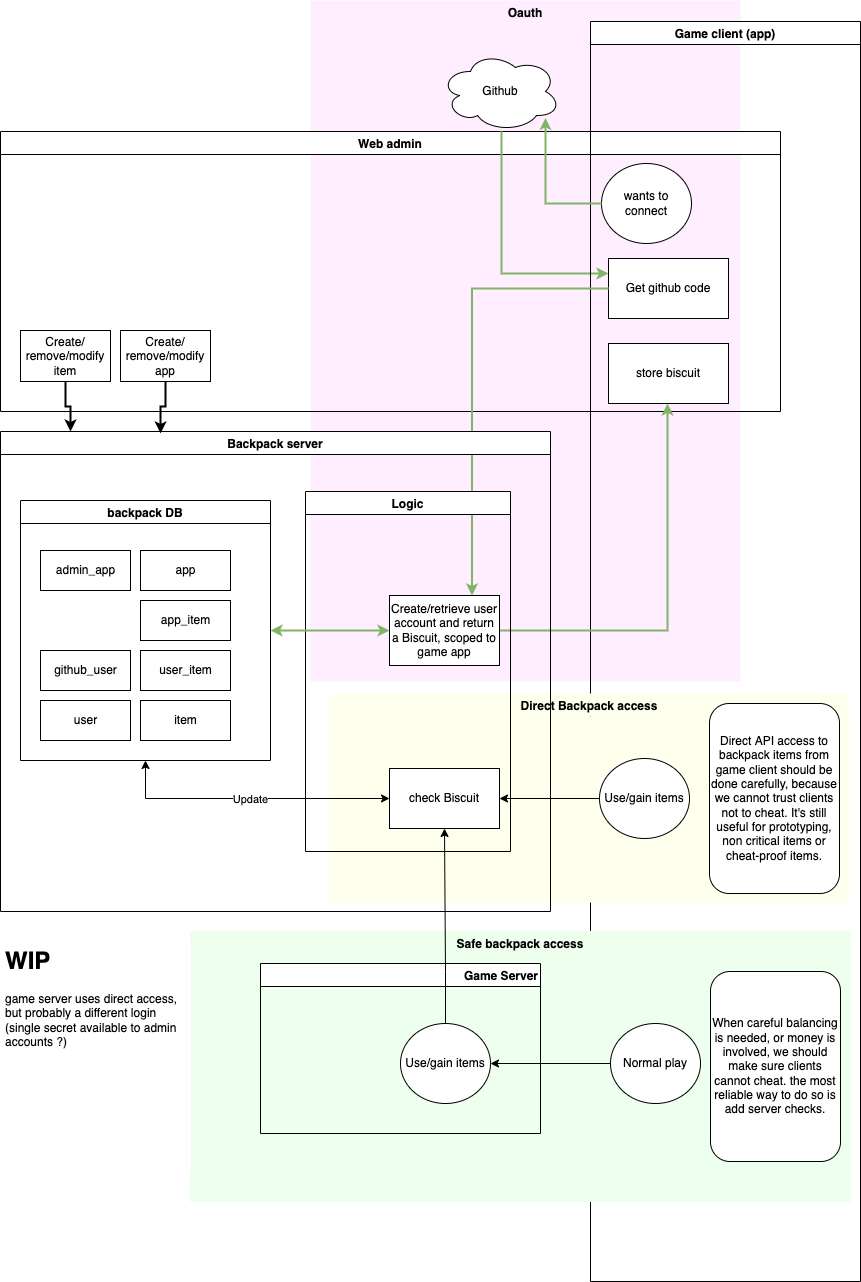
Before: Docs/Backpack.drawio.png, a diagram exported from draw.io (Vrixyz/backpack). Source tidied: cells renumbered, new cells last; positions are measured from the earlier drawing's top-left corner, leaving out a move shared by most shapes.
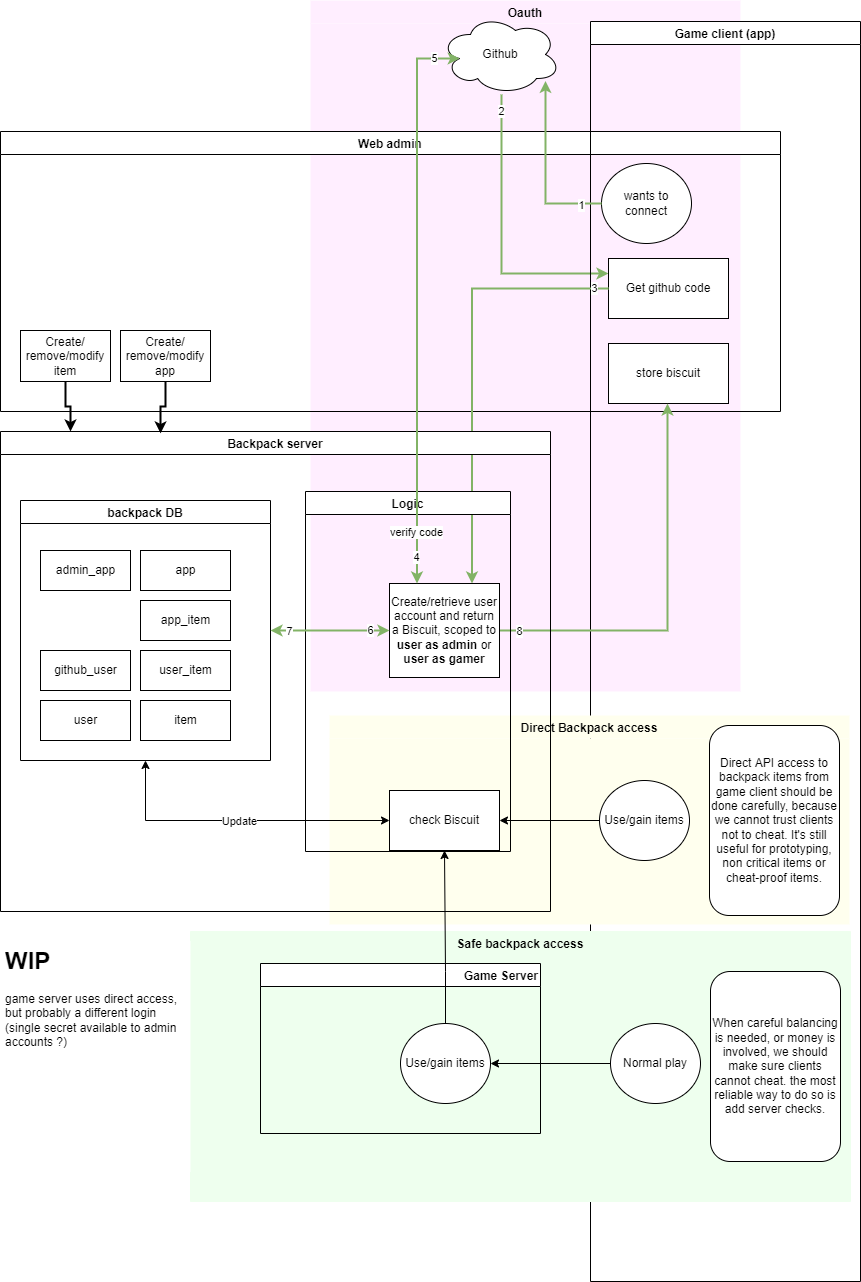
The same diagram one commit later.

Commit message:
pitch and order for diagram

Change to the diagram source:
```diff
@@ -3,10 +3,10 @@
     <mxCell id="0" />
     <mxCell id="1" parent="0" />
     <mxCell id="2" value="Oauth" style="swimlane;labelBackgroundColor=none;fillColor=#FFEEFF;strokeColor=none;gradientColor=none;swimlaneFillColor=#FFEEFF;startSize=23;" parent="1" vertex="1">
-      <mxGeometry x="310" width="430" height="681" as="geometry" />
+      <mxGeometry x="310" width="430" height="691" as="geometry" />
     </mxCell>
     <mxCell id="3" value="&lt;div&gt;Github&lt;/div&gt;" style="ellipse;shape=cloud;whiteSpace=wrap;html=1;" parent="2" vertex="1">
-      <mxGeometry x="130" y="51" width="120" height="80" as="geometry" />
+      <mxGeometry x="130" y="14" width="120" height="80" as="geometry" />
     </mxCell>
     <mxCell id="4" value="Web admin" style="swimlane;" parent="1" vertex="1">
       <mxGeometry y="131" width="780" height="280" as="geometry" />
@@ -24,6 +24,11 @@
         </Array>
       </mxGeometry>
     </mxCell>
+    <mxCell id="44" value="2" style="edgeLabel;html=1;align=center;verticalAlign=middle;" parent="7" vertex="1">
+      <mxGeometry x="-0.86" y="1" relative="1" as="geometry">
+        <mxPoint x="-2" y="-4" as="offset" />
+      </mxGeometry>
+    </mxCell>
     <mxCell id="8" value="Game client (app)" style="swimlane;startSize=23;" parent="1" vertex="1">
       <mxGeometry x="590" y="21" width="270" height="1260" as="geometry" />
     </mxCell>
@@ -43,6 +48,9 @@
         </Array>
       </mxGeometry>
     </mxCell>
+    <mxCell id="45" value="1" style="edgeLabel;html=1;align=center;verticalAlign=middle;" parent="12" vertex="1">
+      <mxGeometry x="-0.76" y="1" relative="1" as="geometry" />
+    </mxCell>
     <mxCell id="13" style="edgeStyle=orthogonalEdgeStyle;rounded=0;jettySize=auto;html=1;startArrow=none;startFill=0;fillColor=#d5e8d4;strokeColor=#82b366;strokeWidth=2;" parent="1" edge="1" source="36" target="9">
       <mxGeometry relative="1" as="geometry">
         <Array as="points">
@@ -50,9 +58,15 @@
         </Array>
       </mxGeometry>
     </mxCell>
+    <mxCell id="46" value="8" style="edgeLabel;html=1;align=center;verticalAlign=middle;" parent="13" vertex="1">
+      <mxGeometry x="-0.9" relative="1" as="geometry" />
+    </mxCell>
-    <mxCell id="14" style="edgeStyle=orthogonalEdgeStyle;rounded=0;jettySize=auto;html=1;entryX=0.75;entryY=0;entryDx=0;entryDy=0;fillColor=#d5e8d4;strokeColor=#82b366;strokeWidth=2;exitX=0;exitY=0.5;exitDx=0;exitDy=0;" parent="1" edge="1" source="11" target="36">
+    <mxCell id="14" style="edgeStyle=orthogonalEdgeStyle;rounded=0;jettySize=auto;html=1;entryX=0.75;entryY=0;entryDx=0;entryDy=0;fillColor=#d5e8d4;strokeColor=#82B366;strokeWidth=2;exitX=0;exitY=0.5;exitDx=0;exitDy=0;" parent="1" edge="1" source="11" target="36">
       <mxGeometry relative="1" as="geometry" />
     </mxCell>
+    <mxCell id="47" value="3" style="edgeLabel;html=1;align=center;verticalAlign=middle;" parent="14" vertex="1">
+      <mxGeometry x="-0.93" y="-1" relative="1" as="geometry" />
+    </mxCell>
     <mxCell id="15" value="Safe backpack access" style="swimlane;labelBackgroundColor=none;fillColor=#EEFFEE;strokeColor=#EEFFEE;swimlaneFillColor=#EEFFEE;startSize=23;fillStyle=solid;" parent="1" vertex="1">
       <mxGeometry x="190" y="931" width="660" height="270" as="geometry" />
     </mxCell>
@@ -72,7 +86,7 @@
       <mxGeometry x="140" y="60" width="90" height="80" as="geometry" />
     </mxCell>
     <mxCell id="21" value="Direct Backpack access" style="swimlane;labelBackgroundColor=none;fillColor=#FFFFEE;strokeColor=none;gradientColor=none;swimlaneFillColor=#FFFFEE;startSize=23;" parent="1" vertex="1">
-      <mxGeometry x="329" y="693" width="520" height="209" as="geometry" />
+      <mxGeometry x="329" y="715" width="520" height="209" as="geometry" />
     </mxCell>
     <mxCell id="22" value="Direct API access to backpack items from game client should be done carefully, because we cannot trust clients not to cheat. It's still useful for prototyping, non critical items or cheat-proof items. " style="rounded=1;whiteSpace=wrap;html=1;labelBackgroundColor=none;fillStyle=auto;strokeColor=default;fillColor=#FFFFFFFF;gradientColor=none;" parent="21" vertex="1">
       <mxGeometry x="380" y="10" width="130" height="190" as="geometry" />
@@ -116,12 +130,22 @@
     <mxCell id="35" value="Logic" style="swimlane;" parent="26" vertex="1">
       <mxGeometry x="305" y="60" width="205" height="360" as="geometry" />
     </mxCell>
-    <mxCell id="36" value="Create/retrieve user account and return a Biscuit, scoped to game app" style="rounded=0;whiteSpace=wrap;html=1;" parent="35" vertex="1">
-      <mxGeometry x="84" y="104" width="110" height="70" as="geometry" />
+    <mxCell id="36" value="Create/retrieve user account and return a Biscuit, scoped to &lt;b&gt;user as&amp;nbsp;admin&lt;/b&gt; or &lt;b&gt;user as&amp;nbsp;gamer&lt;/b&gt;" style="rounded=0;whiteSpace=wrap;html=1;" parent="35" vertex="1">
+      <mxGeometry x="84" y="92" width="110" height="94" as="geometry" />
     </mxCell>
-    <mxCell id="37" style="edgeStyle=orthogonalEdgeStyle;rounded=0;jettySize=auto;html=1;exitX=0;exitY=0.5;exitDx=0;exitDy=0;entryX=1;entryY=0.5;entryDx=0;entryDy=0;startArrow=classic;startFill=1;fillColor=#d5e8d4;strokeColor=#82b366;strokeWidth=2;" parent="26" edge="1" source="36" target="27">
+    <mxCell id="37" style="edgeStyle=orthogonalEdgeStyle;rounded=0;jettySize=auto;html=1;exitX=0;exitY=0.5;exitDx=0;exitDy=0;startArrow=classic;startFill=1;fillColor=#d5e8d4;strokeColor=#82b366;strokeWidth=2;" parent="26" edge="1" source="36" target="27">
       <mxGeometry relative="1" as="geometry" />
     </mxCell>
+    <mxCell id="48" value="6" style="edgeLabel;html=1;align=center;verticalAlign=middle;" parent="37" vertex="1">
+      <mxGeometry x="-0.76" y="2" relative="1" as="geometry">
+        <mxPoint x="-6" y="-3" as="offset" />
+      </mxGeometry>
+    </mxCell>
+    <mxCell id="49" value="7" style="edgeLabel;html=1;align=center;verticalAlign=middle;" parent="37" vertex="1">
+      <mxGeometry x="0.7" y="2" relative="1" as="geometry">
+        <mxPoint y="-2" as="offset" />
+      </mxGeometry>
+    </mxCell>
     <mxCell id="38" style="edgeStyle=orthogonalEdgeStyle;rounded=0;jettySize=auto;html=1;entryX=0.5;entryY=1;entryDx=0;entryDy=0;startArrow=classic;startFill=1;" parent="1" edge="1" source="24" target="27">
       <mxGeometry relative="1" as="geometry" />
     </mxCell>
@@ -147,5 +171,27 @@
     <mxCell id="43" style="edgeStyle=orthogonalEdgeStyle;rounded=0;jettySize=auto;html=1;entryX=0.291;entryY=0.004;entryDx=0;entryDy=0;entryPerimeter=0;strokeWidth=2;startArrow=none;startFill=0;" parent="1" edge="1" source="6" target="26">
       <mxGeometry relative="1" as="geometry" />
     </mxCell>
+    <mxCell id="50" style="edgeStyle=orthogonalEdgeStyle;html=1;exitX=0.25;exitY=0;exitDx=0;exitDy=0;entryX=0.16;entryY=0.55;entryDx=0;entryDy=0;entryPerimeter=0;rounded=0;fillColor=#60a917;strokeColor=#82B366;strokeWidth=2;startArrow=classic;startFill=1;" parent="1" edge="1" source="36" target="3">
+      <mxGeometry relative="1" as="geometry">
+        <Array as="points">
+          <mxPoint x="417" y="58" />
+        </Array>
+      </mxGeometry>
+    </mxCell>
+    <mxCell id="51" value="verify code" style="edgeLabel;html=1;align=center;verticalAlign=middle;" parent="50" vertex="1">
+      <mxGeometry x="-0.04" y="3" relative="1" as="geometry">
+        <mxPoint x="2" y="220" as="offset" />
+      </mxGeometry>
+    </mxCell>
+    <mxCell id="52" value="4" style="edgeLabel;html=1;align=center;verticalAlign=middle;" parent="50" vertex="1">
+      <mxGeometry x="-0.95" y="5" relative="1" as="geometry">
+        <mxPoint x="4" y="-12" as="offset" />
+      </mxGeometry>
+    </mxCell>
+    <mxCell id="53" value="5" style="edgeLabel;html=1;align=center;verticalAlign=middle;" parent="50" vertex="1">
+      <mxGeometry x="0.87" relative="1" as="geometry">
+        <mxPoint x="11" y="-1" as="offset" />
+      </mxGeometry>
+    </mxCell>
   </root>
 </mxGraphModel>
```
